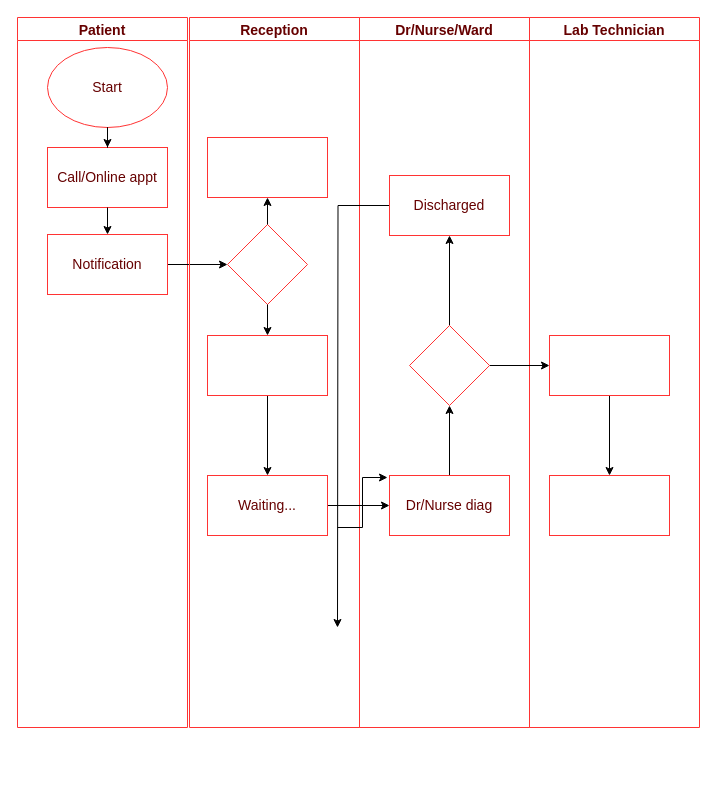
The draw.io diagram page "Flow chart patient admission" (5 of 7) of HMS.drawio in ysebega/ysebega, before the edit. Source tidied: cells renumbered, new cells numbered last; positions are measured from the earlier drawing's top-left corner, leaving out a move shared by most shapes. Both pictures are drawn from the tidied source at 100%, with x=0, y=0 at pixel (17, 17).
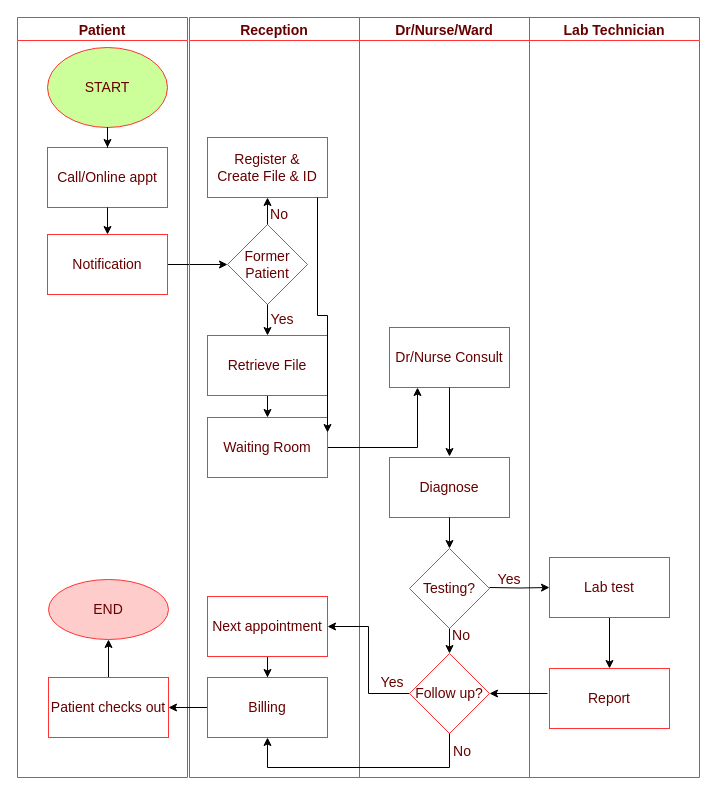
Above is the later version.

What changed in the source:
```diff
@@
     <mxCell id="2" value="Patient" style="swimlane;labelBackgroundColor=none;fontSize=14;fontColor=#660000;strokeColor=#FF3333;fillColor=none;" parent="1" vertex="1">
-      <mxGeometry width="170" height="710" as="geometry" />
+      <mxGeometry width="170" height="760" as="geometry" />
     </mxCell>
-    <mxCell id="3" value="Start" style="ellipse;whiteSpace=wrap;html=1;labelBackgroundColor=none;fontSize=14;fontColor=#660000;strokeColor=#FF3333;fillColor=none;" parent="2" vertex="1">
+    <mxCell id="3" value="START" style="ellipse;whiteSpace=wrap;html=1;labelBackgroundColor=none;fontSize=14;fontColor=#660000;strokeColor=#FF3333;fillColor=#CCFF99;" parent="2" vertex="1">
       <mxGeometry x="30" y="30" width="120" height="80" as="geometry" />
     </mxCell>
@@
     <mxCell id="9" value="Reception" style="swimlane;labelBackgroundColor=none;fontSize=14;fontColor=#660000;strokeColor=#FF3333;fillColor=none;" parent="1" vertex="1">
-      <mxGeometry x="172" width="170" height="710" as="geometry" />
+      <mxGeometry x="172" width="170" height="760" as="geometry" />
     </mxCell>
-    <mxCell id="10" style="rhombus;whiteSpace=wrap;html=1;fontSize=14;fillColor=none;strokeColor=#FF3333;fontColor=#660000;labelBackgroundColor=none;" parent="9" vertex="1">
+    <mxCell id="10" value="Former&lt;br&gt;Patient" style="rhombus;whiteSpace=wrap;html=1;fontSize=14;fillColor=none;strokeColor=#FF3333;fontColor=#660000;labelBackgroundColor=none;" parent="9" vertex="1">
       <mxGeometry x="38" y="207" width="80" height="80" as="geometry" />
     </mxCell>
+    <mxCell id="31" value="No" style="text;html=1;strokeColor=none;fillColor=none;align=center;verticalAlign=middle;whiteSpace=wrap;rounded=0;labelBackgroundColor=none;fontSize=14;fontColor=#660000;" parent="9" vertex="1">
+      <mxGeometry x="60" y="182" width="60" height="30" as="geometry" />
+    </mxCell>
+    <mxCell id="32" value="Yes" style="text;html=1;strokeColor=none;fillColor=none;align=center;verticalAlign=middle;whiteSpace=wrap;rounded=0;labelBackgroundColor=none;fontSize=14;fontColor=#660000;" parent="9" vertex="1">
+      <mxGeometry x="63" y="287" width="60" height="30" as="geometry" />
+    </mxCell>
     <mxCell id="11" value="Dr/Nurse/Ward" style="swimlane;labelBackgroundColor=none;fontSize=14;fontColor=#660000;strokeColor=#FF3333;fillColor=none;" parent="1" vertex="1">
-      <mxGeometry x="342" width="170" height="710" as="geometry" />
+      <mxGeometry x="342" width="170" height="760" as="geometry" />
     </mxCell>
+    <mxCell id="33" value="Diagnose" style="whiteSpace=wrap;html=1;fontSize=14;fillColor=none;strokeColor=#FF3333;fontColor=#660000;labelBackgroundColor=none;" parent="11" vertex="1">
+      <mxGeometry x="30" y="440" width="120" height="60" as="geometry" />
+    </mxCell>
+    <mxCell id="34" value="No" style="text;html=1;strokeColor=none;fillColor=none;align=center;verticalAlign=middle;whiteSpace=wrap;rounded=0;labelBackgroundColor=none;fontSize=14;fontColor=#660000;" parent="11" vertex="1">
+      <mxGeometry x="73" y="719" width="60" height="30" as="geometry" />
+    </mxCell>
+    <mxCell id="35" value="No" style="text;html=1;strokeColor=none;fillColor=none;align=center;verticalAlign=middle;whiteSpace=wrap;rounded=0;labelBackgroundColor=none;fontSize=14;fontColor=#660000;" parent="11" vertex="1">
+      <mxGeometry x="72" y="603" width="60" height="30" as="geometry" />
+    </mxCell>
+    <mxCell id="36" value="Yes" style="text;html=1;strokeColor=none;fillColor=none;align=center;verticalAlign=middle;whiteSpace=wrap;rounded=0;labelBackgroundColor=none;fontSize=14;fontColor=#660000;" parent="11" vertex="1">
+      <mxGeometry x="3" y="650" width="60" height="30" as="geometry" />
+    </mxCell>
+    <mxCell id="37" value="Yes" style="text;html=1;strokeColor=none;fillColor=none;align=center;verticalAlign=middle;whiteSpace=wrap;rounded=0;labelBackgroundColor=none;fontSize=14;fontColor=#660000;" parent="11" vertex="1">
+      <mxGeometry x="120" y="547" width="60" height="30" as="geometry" />
+    </mxCell>
     <mxCell id="12" value="Lab Technician" style="swimlane;labelBackgroundColor=none;fontSize=14;fontColor=#660000;strokeColor=#FF3333;fillColor=none;startSize=23;" parent="1" vertex="1">
-      <mxGeometry x="512" width="170" height="710" as="geometry" />
+      <mxGeometry x="512" width="170" height="760" as="geometry" />
     </mxCell>
@@
-    <mxCell id="14" style="whiteSpace=wrap;html=1;fontSize=14;fillColor=none;strokeColor=#FF3333;fontColor=#660000;labelBackgroundColor=none;" parent="1" vertex="1">
+    <mxCell id="14" value="Retrieve File" style="whiteSpace=wrap;html=1;fontSize=14;fillColor=none;strokeColor=#FF3333;fontColor=#660000;labelBackgroundColor=none;" parent="1" vertex="1">
       <mxGeometry x="190" y="318" width="120" height="60" as="geometry" />
     </mxCell>
@@
-    <mxCell id="16" style="whiteSpace=wrap;html=1;fontSize=14;fillColor=none;strokeColor=#FF3333;fontColor=#660000;labelBackgroundColor=none;" parent="1" vertex="1">
+    <mxCell id="16" value="Register &amp;amp; &lt;br&gt;Create File &amp;amp; ID" style="whiteSpace=wrap;html=1;fontSize=14;fillColor=none;strokeColor=#FF3333;fontColor=#660000;labelBackgroundColor=none;" parent="1" vertex="1">
       <mxGeometry x="190" y="120" width="120" height="60" as="geometry" />
     </mxCell>
@@
     <mxCell id="18" style="edgeStyle=orthogonalEdgeStyle;rounded=0;jettySize=auto;html=1;fontSize=14;fontColor=#660000;endArrow=classic;endFill=1;" parent="1" edge="1" source="19" target="21">
-      <mxGeometry relative="1" as="geometry" />
+      <mxGeometry relative="1" as="geometry">
+        <Array as="points">
+          <mxPoint x="400" y="430" />
+        </Array>
+      </mxGeometry>
     </mxCell>
-    <mxCell id="19" value="Waiting..." style="whiteSpace=wrap;html=1;fontSize=14;fillColor=none;strokeColor=#FF3333;fontColor=#660000;labelBackgroundColor=none;" parent="1" vertex="1">
-      <mxGeometry x="190" y="458" width="120" height="60" as="geometry" />
+    <mxCell id="19" value="Waiting Room" style="whiteSpace=wrap;html=1;fontSize=14;fillColor=none;strokeColor=#FF3333;fontColor=#660000;labelBackgroundColor=none;" parent="1" vertex="1">
+      <mxGeometry x="190" y="400" width="120" height="60" as="geometry" />
     </mxCell>
-    <mxCell id="20" style="edgeStyle=orthogonalEdgeStyle;rounded=0;jettySize=auto;html=1;fontSize=14;fontColor=#660000;endArrow=classic;endFill=1;" parent="1" edge="1" source="21" target="24">
-      <mxGeometry relative="1" as="geometry" />
-    </mxCell>
-    <mxCell id="21" value="Dr/Nurse diag" style="whiteSpace=wrap;html=1;fontSize=14;fillColor=none;strokeColor=#FF3333;fontColor=#660000;labelBackgroundColor=none;" parent="1" vertex="1">
-      <mxGeometry x="372" y="458" width="120" height="60" as="geometry" />
+    <mxCell id="21" value="Dr/Nurse Consult" style="whiteSpace=wrap;html=1;fontSize=14;fillColor=none;strokeColor=#FF3333;fontColor=#660000;labelBackgroundColor=none;" parent="1" vertex="1">
+      <mxGeometry x="372" y="310" width="120" height="60" as="geometry" />
     </mxCell>
-    <mxCell id="22" style="edgeStyle=orthogonalEdgeStyle;rounded=0;jettySize=auto;html=1;fontSize=14;fontColor=#660000;endArrow=classic;endFill=1;" parent="1" edge="1" source="24" target="26">
-      <mxGeometry relative="1" as="geometry" />
-    </mxCell>
-    <mxCell id="23" style="edgeStyle=orthogonalEdgeStyle;rounded=0;jettySize=auto;html=1;fontSize=14;fontColor=#660000;endArrow=classic;endFill=1;" parent="1" edge="1" source="24" target="29">
-      <mxGeometry relative="1" as="geometry" />
-    </mxCell>
-    <mxCell id="24" style="rhombus;whiteSpace=wrap;html=1;fontSize=14;fillColor=none;strokeColor=#FF3333;fontColor=#660000;labelBackgroundColor=none;" parent="1" vertex="1">
-      <mxGeometry x="392" y="308" width="80" height="80" as="geometry" />
-    </mxCell>
-    <mxCell id="25" style="edgeStyle=orthogonalEdgeStyle;rounded=0;jettySize=auto;html=1;fontSize=14;fontColor=#660000;endArrow=classic;endFill=1;" parent="1" edge="1" source="26" target="27">
-      <mxGeometry relative="1" as="geometry" />
-    </mxCell>
-    <mxCell id="26" style="whiteSpace=wrap;html=1;fontSize=14;fillColor=none;strokeColor=#FF3333;fontColor=#660000;labelBackgroundColor=none;" parent="1" vertex="1">
-      <mxGeometry x="532" y="318" width="120" height="60" as="geometry" />
-    </mxCell>
-    <mxCell id="27" style="whiteSpace=wrap;html=1;fontSize=14;fillColor=none;strokeColor=#FF3333;fontColor=#660000;labelBackgroundColor=none;" parent="1" vertex="1">
-      <mxGeometry x="532" y="458" width="120" height="60" as="geometry" />
-    </mxCell>
-    <mxCell id="28" style="edgeStyle=orthogonalEdgeStyle;rounded=0;jettySize=auto;html=1;exitX=0;exitY=0.5;exitDx=0;exitDy=0;fontSize=14;fontColor=#660000;endArrow=classic;endFill=1;" parent="1" edge="1" source="29">
-      <mxGeometry relative="1" as="geometry">
-        <mxPoint x="320" y="610" as="targetPoint" />
-      </mxGeometry>
-    </mxCell>
-    <mxCell id="29" value="Discharged" style="whiteSpace=wrap;html=1;fontSize=14;fillColor=none;strokeColor=#FF3333;fontColor=#660000;labelBackgroundColor=none;" parent="1" vertex="1">
-      <mxGeometry x="372" y="158" width="120" height="60" as="geometry" />
-    </mxCell>
-    <mxCell id="30" style="edgeStyle=elbowEdgeStyle;elbow=horizontal;endArrow=classic;html=1;rounded=0;fontSize=14;fontColor=#660000;" parent="1" edge="1">
-      <mxGeometry relative="1" as="geometry">
-        <mxPoint x="320" y="510" as="sourcePoint" />
-        <mxPoint x="370" y="460" as="targetPoint" />
-      </mxGeometry>
-    </mxCell>
+    <mxCell id="38" style="edgeStyle=orthogonalEdgeStyle;rounded=0;jettySize=auto;html=1;fontSize=14;fontColor=#660000;endArrow=classic;endFill=1;" parent="1" edge="1" target="40">
+      <mxGeometry relative="1" as="geometry">
+        <mxPoint x="472" y="570" as="sourcePoint" />
+      </mxGeometry>
+    </mxCell>
+    <mxCell id="39" style="edgeStyle=orthogonalEdgeStyle;rounded=0;jettySize=auto;html=1;fontSize=14;fontColor=#660000;endArrow=classic;endFill=1;" parent="1" edge="1" source="40" target="41">
+      <mxGeometry relative="1" as="geometry" />
+    </mxCell>
+    <mxCell id="40" value="Lab test" style="whiteSpace=wrap;html=1;fontSize=14;fillColor=none;strokeColor=#FF3333;fontColor=#660000;labelBackgroundColor=none;" parent="1" vertex="1">
+      <mxGeometry x="532" y="540" width="120" height="60" as="geometry" />
+    </mxCell>
+    <mxCell id="41" value="Report" style="whiteSpace=wrap;html=1;fontSize=14;fillColor=none;strokeColor=#FF3333;fontColor=#660000;labelBackgroundColor=none;" parent="1" vertex="1">
+      <mxGeometry x="532" y="651" width="120" height="60" as="geometry" />
+    </mxCell>
+    <mxCell id="42" style="edgeStyle=orthogonalEdgeStyle;rounded=0;jettySize=auto;html=1;fontSize=14;fontColor=#660000;endArrow=classic;endFill=1;exitX=0.5;exitY=1;exitDx=0;exitDy=0;" parent="1" edge="1" source="21">
+      <mxGeometry relative="1" as="geometry">
+        <mxPoint x="432" y="439" as="targetPoint" />
+      </mxGeometry>
+    </mxCell>
+    <mxCell id="43" style="edgeStyle=orthogonalEdgeStyle;rounded=0;jettySize=auto;html=1;fontSize=14;fontColor=#660000;endArrow=classic;endFill=1;" parent="1" edge="1" source="44" target="47">
+      <mxGeometry relative="1" as="geometry" />
+    </mxCell>
+    <mxCell id="44" value="Testing?" style="rhombus;whiteSpace=wrap;html=1;fontSize=14;fillColor=none;strokeColor=#FF3333;fontColor=#660000;labelBackgroundColor=none;" parent="1" vertex="1">
+      <mxGeometry x="392" y="531" width="80" height="80" as="geometry" />
+    </mxCell>
+    <mxCell id="45" style="edgeStyle=orthogonalEdgeStyle;rounded=0;jettySize=auto;html=1;fontSize=14;fontColor=#660000;endArrow=classic;endFill=1;" parent="1" edge="1" source="33" target="44">
+      <mxGeometry relative="1" as="geometry" />
+    </mxCell>
+    <mxCell id="46" style="edgeStyle=orthogonalEdgeStyle;rounded=0;jettySize=auto;html=1;fontSize=14;fontColor=#660000;endArrow=classic;endFill=1;" parent="1" edge="1" source="47" target="49">
+      <mxGeometry relative="1" as="geometry" />
+    </mxCell>
+    <mxCell id="47" value="Follow up?" style="rhombus;whiteSpace=wrap;html=1;fontSize=14;fillColor=none;strokeColor=#FF3333;fontColor=#660000;labelBackgroundColor=none;" parent="1" vertex="1">
+      <mxGeometry x="392" y="636" width="80" height="80" as="geometry" />
+    </mxCell>
+    <mxCell id="48" style="edgeStyle=orthogonalEdgeStyle;rounded=0;jettySize=auto;html=1;fontSize=14;fontColor=#660000;endArrow=classic;endFill=1;" parent="1" edge="1" source="49" target="53">
+      <mxGeometry relative="1" as="geometry" />
+    </mxCell>
+    <mxCell id="49" value="Next appointment" style="whiteSpace=wrap;html=1;fontSize=14;fillColor=none;strokeColor=#FF3333;fontColor=#660000;labelBackgroundColor=none;" parent="1" vertex="1">
+      <mxGeometry x="190" y="579" width="120" height="60" as="geometry" />
+    </mxCell>
+    <mxCell id="50" style="edgeStyle=elbowEdgeStyle;elbow=vertical;endArrow=classic;html=1;rounded=0;fontSize=14;fontColor=#660000;entryX=1;entryY=0.25;entryDx=0;entryDy=0;" parent="1" edge="1" target="19">
+      <mxGeometry relative="1" as="geometry">
+        <mxPoint x="300" y="180" as="sourcePoint" />
+      </mxGeometry>
+    </mxCell>
+    <mxCell id="51" style="endArrow=classic;html=1;rounded=0;fontSize=14;fontColor=#660000;entryX=1;entryY=0.5;entryDx=0;entryDy=0;" parent="1" edge="1" target="47">
+      <mxGeometry relative="1" as="geometry">
+        <mxPoint x="530" y="676" as="sourcePoint" />
+      </mxGeometry>
+    </mxCell>
+    <mxCell id="52" style="edgeStyle=orthogonalEdgeStyle;rounded=0;jettySize=auto;html=1;fontSize=14;fontColor=#660000;endArrow=classic;endFill=1;" parent="1" edge="1" source="53" target="55">
+      <mxGeometry relative="1" as="geometry" />
+    </mxCell>
+    <mxCell id="53" value="Billing" style="whiteSpace=wrap;html=1;fontSize=14;fillColor=none;strokeColor=#FF3333;fontColor=#660000;labelBackgroundColor=none;" parent="1" vertex="1">
+      <mxGeometry x="190" y="660" width="120" height="60" as="geometry" />
+    </mxCell>
+    <mxCell id="54" style="edgeStyle=orthogonalEdgeStyle;rounded=0;jettySize=auto;html=1;fontSize=14;fontColor=#660000;endArrow=classic;endFill=1;" parent="1" edge="1" source="55" target="56">
+      <mxGeometry relative="1" as="geometry" />
+    </mxCell>
+    <mxCell id="55" value="Patient checks out" style="whiteSpace=wrap;html=1;fontSize=14;fillColor=none;strokeColor=#FF3333;fontColor=#660000;labelBackgroundColor=none;" parent="1" vertex="1">
+      <mxGeometry x="31" y="660" width="120" height="60" as="geometry" />
+    </mxCell>
+    <mxCell id="56" value="END" style="ellipse;whiteSpace=wrap;html=1;fontSize=14;fillColor=#FFCCCC;strokeColor=#FF3333;fontColor=#660000;labelBackgroundColor=none;" parent="1" vertex="1">
+      <mxGeometry x="31" y="562" width="120" height="60" as="geometry" />
+    </mxCell>
+    <mxCell id="57" style="endArrow=classic;html=1;rounded=0;fontSize=14;fontColor=#660000;exitX=0.5;exitY=1;exitDx=0;exitDy=0;entryX=0.5;entryY=1;entryDx=0;entryDy=0;edgeStyle=elbowEdgeStyle;elbow=vertical;" parent="1" edge="1" source="47" target="53">
+      <mxGeometry relative="1" as="geometry">
+        <Array as="points">
+          <mxPoint x="340" y="750" />
+        </Array>
+      </mxGeometry>
+    </mxCell>
```
